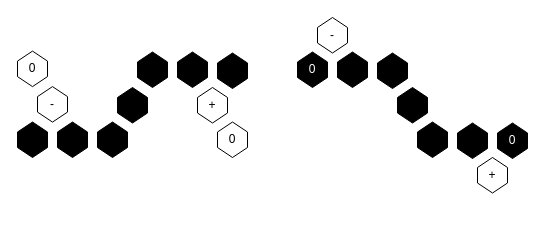
This is page "Copy of splits" (10 of 10) of images/isomorphic_layouts.drawio from carlhenrikrolf/microtonOS, a draw.io file, before an edit. Source tidied: cells renumbered, new cells numbered last; positions are measured from the earlier drawing's top-left corner, leaving out a move shared by most shapes. Both pictures are drawn from the tidied source at 100%, with x=0, y=0 at pixel (17, 17).
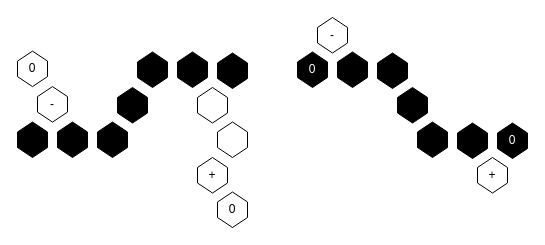
The same diagram, later.

The edit, as a diff of the source:
```diff
@@
-    <mxCell id="13" value="0" style="shape=hexagon;perimeter=hexagonPerimeter2;whiteSpace=wrap;html=1;fixedSize=1;direction=south;size=10;fillColor=#FFFFFF;" parent="1" vertex="1">
+    <mxCell id="13" style="shape=hexagon;perimeter=hexagonPerimeter2;whiteSpace=wrap;html=1;fixedSize=1;direction=south;size=10;fillColor=#FFFFFF;" parent="1" vertex="1">
       <mxGeometry x="200" y="104.5" width="30" height="35.5" as="geometry" />
     </mxCell>
-    <mxCell id="14" value="+" style="shape=hexagon;perimeter=hexagonPerimeter2;whiteSpace=wrap;html=1;fixedSize=1;direction=south;size=10;fillColor=#FFFFFF;" parent="1" vertex="1">
+    <mxCell id="14" style="shape=hexagon;perimeter=hexagonPerimeter2;whiteSpace=wrap;html=1;fixedSize=1;direction=south;size=10;fillColor=#FFFFFF;" parent="1" vertex="1">
       <mxGeometry x="180" y="70" width="30" height="35.5" as="geometry" />
     </mxCell>
@@
+    <mxCell id="22" value="0" style="shape=hexagon;perimeter=hexagonPerimeter2;whiteSpace=wrap;html=1;fixedSize=1;direction=south;size=10;fillColor=#FFFFFF;" parent="1" vertex="1">
+      <mxGeometry x="200" y="174.5" width="30" height="35.5" as="geometry" />
+    </mxCell>
+    <mxCell id="23" value="+" style="shape=hexagon;perimeter=hexagonPerimeter2;whiteSpace=wrap;html=1;fixedSize=1;direction=south;size=10;fillColor=#FFFFFF;" parent="1" vertex="1">
+      <mxGeometry x="180" y="140" width="30" height="35.5" as="geometry" />
+    </mxCell>
```
